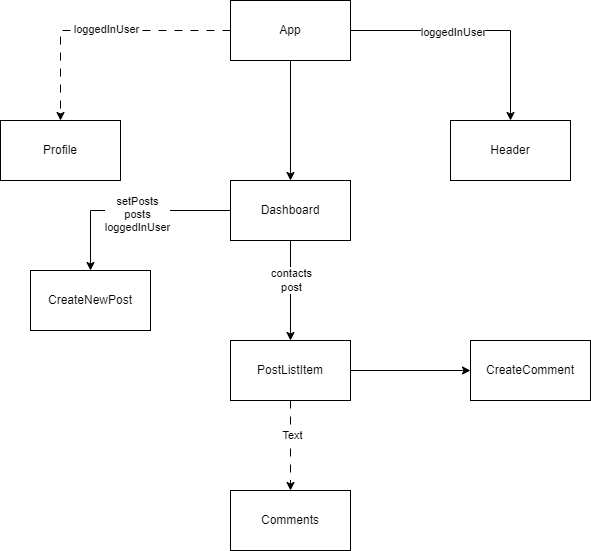
The draw.io diagram cohort-diagram.drawio.png in boolean-uk/react-cohort-dashboard-challenge, before a commit. Source tidied: cells renumbered, new cells last; positions are measured from the earlier drawing's top-left corner, leaving out a move shared by most shapes.
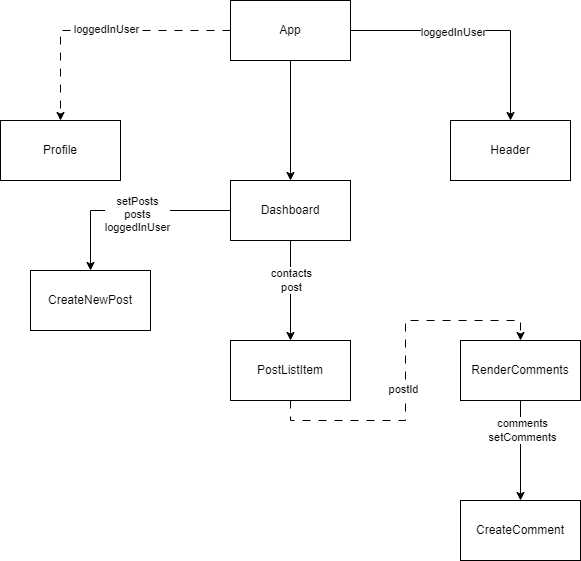
After the change.

Commit message:
Added some comment components

Change to the diagram source:
```diff
@@ -44,23 +44,26 @@
     <mxCell id="15" style="edgeStyle=orthogonalEdgeStyle;rounded=0;jettySize=auto;html=1;exitX=0.5;exitY=1;exitDx=0;exitDy=0;entryX=0.5;entryY=0;entryDx=0;entryDy=0;dashed=1;dashPattern=8 8;" parent="1" edge="1" source="18" target="20">
       <mxGeometry relative="1" as="geometry" />
     </mxCell>
-    <mxCell id="16" value="Text" style="edgeLabel;html=1;align=center;verticalAlign=middle;" parent="15" vertex="1">
-      <mxGeometry x="-0.25" y="1" relative="1" as="geometry" />
-    </mxCell>
-    <mxCell id="17" style="edgeStyle=orthogonalEdgeStyle;rounded=0;jettySize=auto;html=1;exitX=1;exitY=0.5;exitDx=0;exitDy=0;entryX=0;entryY=0.5;entryDx=0;entryDy=0;" parent="1" edge="1" source="18" target="21">
-      <mxGeometry relative="1" as="geometry" />
-    </mxCell>
+    <mxCell id="22" value="postId" style="edgeLabel;html=1;align=center;verticalAlign=middle;" parent="15" vertex="1">
+      <mxGeometry x="-0.1" y="3" relative="1" as="geometry" />
+    </mxCell>
     <mxCell id="18" value="PostListItem" style="rounded=0;whiteSpace=wrap;html=1;" parent="1" vertex="1">
       <mxGeometry x="230" y="340" width="120" height="60" as="geometry" />
     </mxCell>
     <mxCell id="19" value="CreateNewPost" style="rounded=0;whiteSpace=wrap;html=1;" parent="1" vertex="1">
       <mxGeometry x="30" y="270" width="120" height="60" as="geometry" />
     </mxCell>
+    <mxCell id="23" style="edgeStyle=orthogonalEdgeStyle;rounded=0;jettySize=auto;html=1;exitX=0.5;exitY=1;exitDx=0;exitDy=0;entryX=0.5;entryY=0;entryDx=0;entryDy=0;" parent="1" edge="1" source="20" target="21">
+      <mxGeometry relative="1" as="geometry" />
+    </mxCell>
+    <mxCell id="24" value="comments&lt;div&gt;setComments&lt;/div&gt;" style="edgeLabel;html=1;align=center;verticalAlign=middle;" parent="23" vertex="1">
+      <mxGeometry x="-0.41" y="1" relative="1" as="geometry" />
+    </mxCell>
-    <mxCell id="20" value="Comments" style="rounded=0;whiteSpace=wrap;html=1;" parent="1" vertex="1">
-      <mxGeometry x="230" y="490" width="120" height="60" as="geometry" />
+    <mxCell id="20" value="RenderComments" style="rounded=0;whiteSpace=wrap;html=1;" parent="1" vertex="1">
+      <mxGeometry x="460" y="340" width="120" height="60" as="geometry" />
     </mxCell>
     <mxCell id="21" value="CreateComment" style="rounded=0;whiteSpace=wrap;html=1;" parent="1" vertex="1">
-      <mxGeometry x="470" y="340" width="120" height="60" as="geometry" />
+      <mxGeometry x="460" y="500" width="120" height="60" as="geometry" />
     </mxCell>
   </root>
 </mxGraphModel>
```
